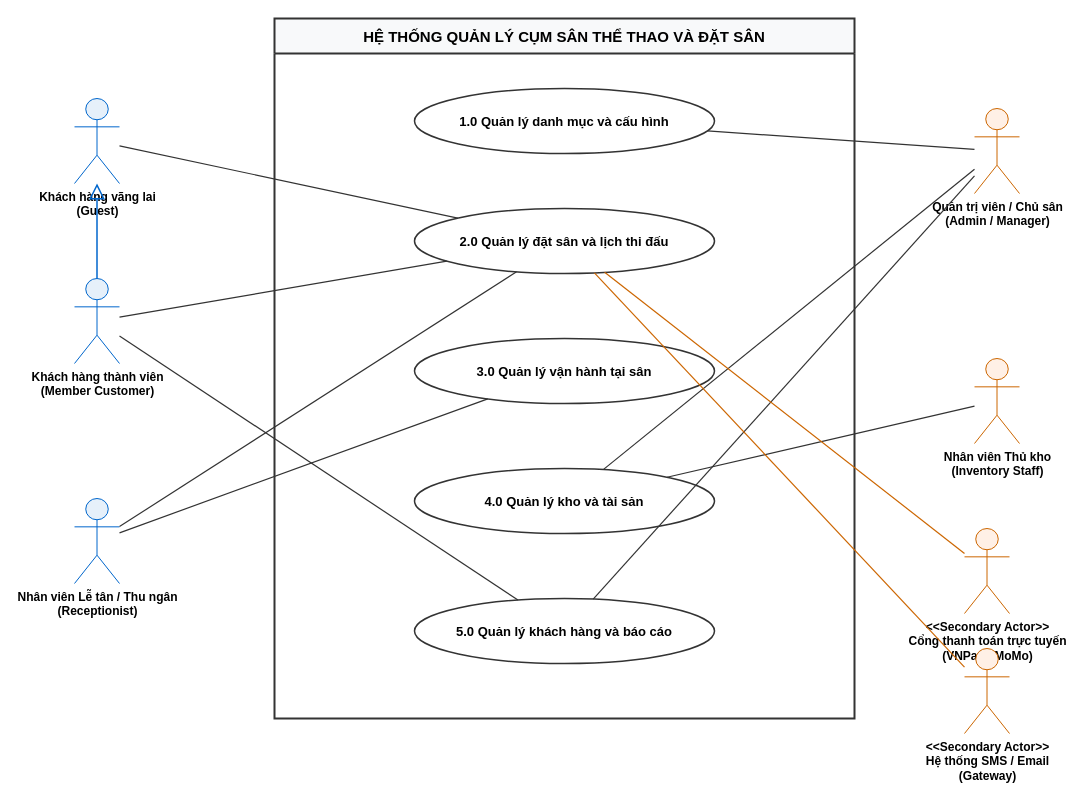
The draw.io diagram page "00_UC_TongThe" (1 of 6) of BTH/BTH3_UsecaseDiagram/DoAn_OOAD_UseCaseDiagram.drawio in nphat-code/DoAn-OOAD-SGU, before the edit. Source tidied: cells renumbered, new cells numbered last; positions are measured from the earlier drawing's top-left corner, leaving out a move shared by most shapes. Both pictures are drawn from the tidied source at 100%, with x=0, y=0 at pixel (74, 18).
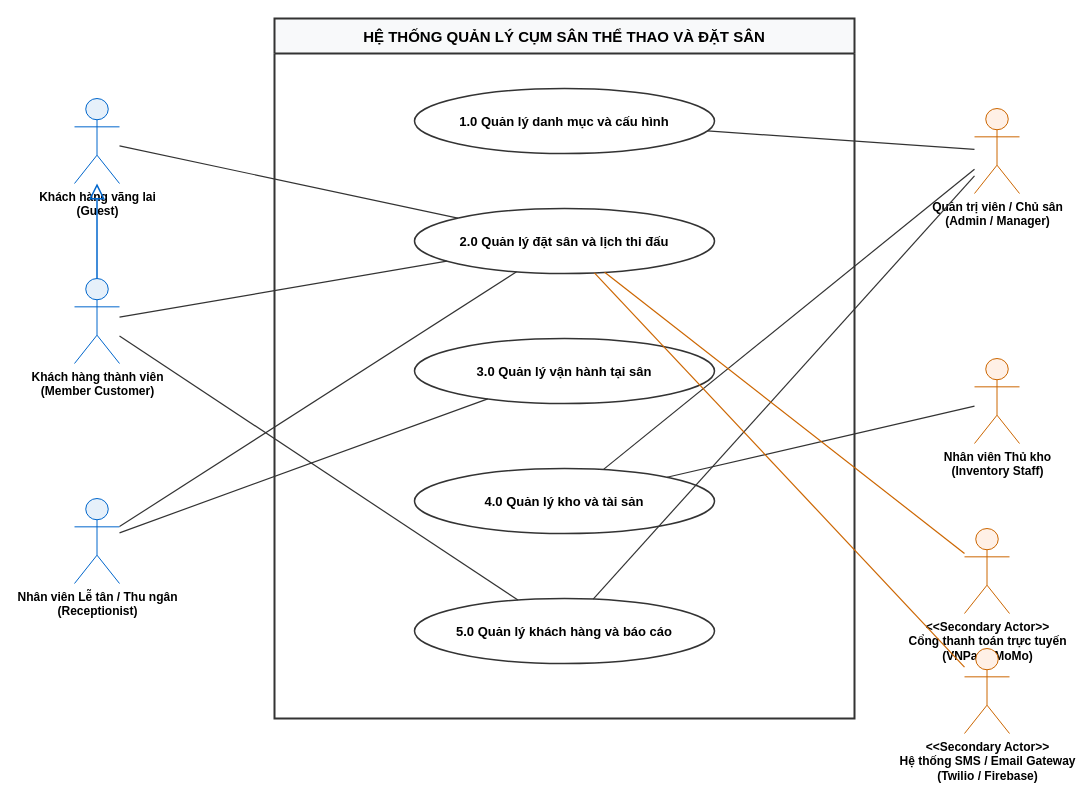
The same diagram, later.

The edit, as a diff of the source:
```diff
@@
-    <mxCell id="9" value="&amp;lt;&amp;lt;Secondary Actor&amp;gt;&amp;gt;&#10;Hệ thống SMS / Email&#10;(Gateway)" style="shape=umlActor;verticalLabelPosition=bottom;verticalAlign=top;html=1;outlineConnect=0;fontFamily=Helvetica;fontSize=12;fontStyle=1;strokeColor=#CC6600;fillColor=#FFF0E6;" parent="1" vertex="1">
+    <mxCell id="9" value="&amp;lt;&amp;lt;Secondary Actor&amp;gt;&amp;gt;&#10;Hệ thống SMS / Email Gateway&#10;(Twilio / Firebase)" style="shape=umlActor;verticalLabelPosition=bottom;verticalAlign=top;html=1;outlineConnect=0;fontFamily=Helvetica;fontSize=12;fontStyle=1;strokeColor=#CC6600;fillColor=#FFF0E6;" parent="1" vertex="1">
       <mxGeometry x="890" y="630" width="45" height="85" as="geometry" />
     </mxCell>
```
